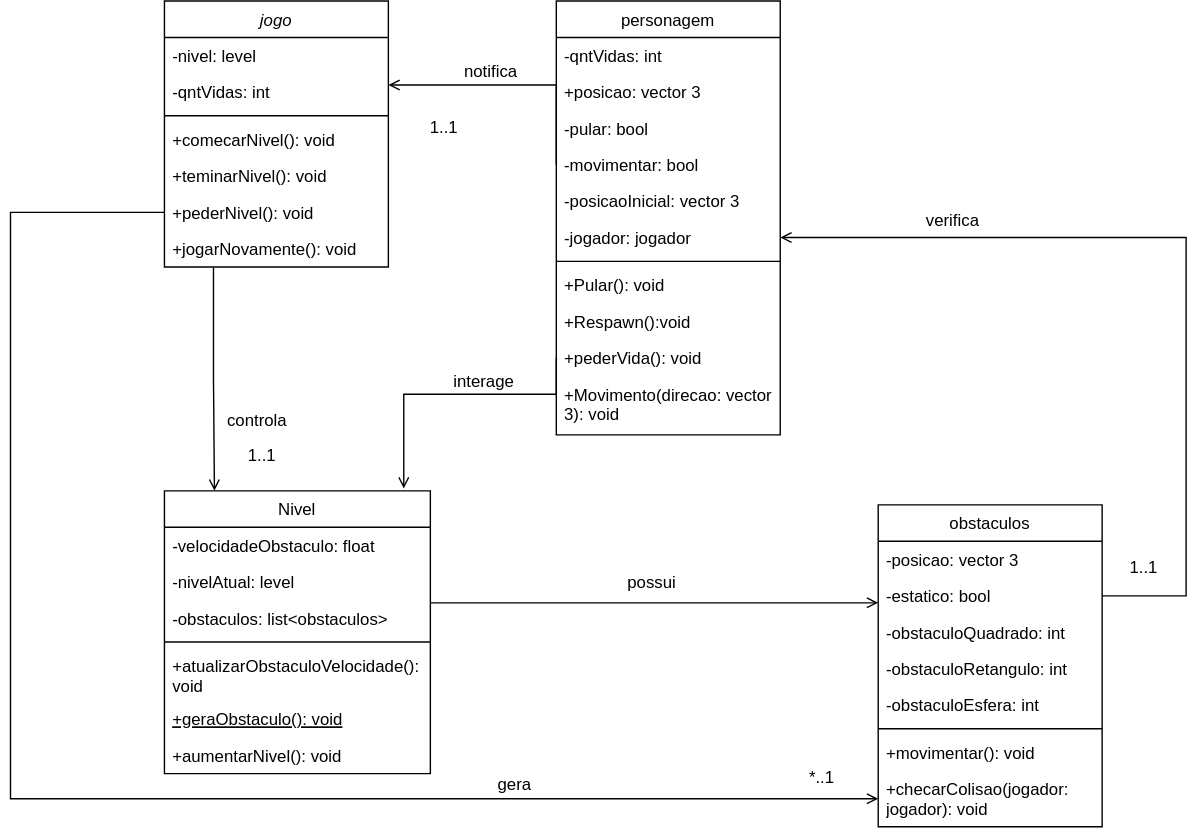
This is Diagramas/Diagrama de Classe Unity.drawio.svg from KalCastro/Game_Deep, a draw.io export, as it was before one commit. Source tidied: cells renumbered, new cells last; positions are measured from the earlier drawing's top-left corner, leaving out a move shared by most shapes. The source it was exported from:
```xml
<mxGraphModel>
  <root>
    <mxCell id="0" />
    <mxCell id="1" parent="0" />
    <mxCell id="2" value="jogo" style="swimlane;fontStyle=2;align=center;verticalAlign=top;horizontal=1;startSize=26;rounded=0;shadow=0;strokeWidth=1;" parent="1" vertex="1">
      <mxGeometry x="110" y="49" width="160" height="190" as="geometry" />
    </mxCell>
    <mxCell id="3" value="-nivel: level" style="text;align=left;verticalAlign=top;spacingLeft=4;spacingRight=4;overflow=hidden;" parent="2" vertex="1">
      <mxGeometry y="26" width="160" height="26" as="geometry" />
    </mxCell>
    <mxCell id="4" value="-qntVidas: int" style="text;align=left;verticalAlign=top;spacingLeft=4;spacingRight=4;overflow=hidden;rounded=0;shadow=0;html=0;" parent="2" vertex="1">
      <mxGeometry y="52" width="160" height="26" as="geometry" />
    </mxCell>
    <mxCell id="5" style="line;html=1;strokeWidth=1;align=left;verticalAlign=middle;spacingTop=-1;spacingLeft=3;spacingRight=3;labelPosition=right;" parent="2" vertex="1">
      <mxGeometry y="78" width="160" height="8" as="geometry" />
    </mxCell>
    <mxCell id="6" value="+comecarNivel(): void" style="text;align=left;verticalAlign=top;spacingLeft=4;spacingRight=4;overflow=hidden;" parent="2" vertex="1">
      <mxGeometry y="86" width="160" height="26" as="geometry" />
    </mxCell>
    <mxCell id="7" value="+teminarNivel(): void" style="text;align=left;verticalAlign=top;spacingLeft=4;spacingRight=4;overflow=hidden;rounded=0;shadow=0;html=0;" parent="2" vertex="1">
      <mxGeometry y="112" width="160" height="26" as="geometry" />
    </mxCell>
    <mxCell id="8" value="+pederNivel(): void" style="text;align=left;verticalAlign=top;spacingLeft=4;spacingRight=4;overflow=hidden;points=[[0,0.5],[1,0.5]];portConstraint=eastwest;rounded=0;shadow=0;html=0;" parent="2" vertex="1">
      <mxGeometry y="138" width="160" height="26" as="geometry" />
    </mxCell>
    <mxCell id="9" value="+jogarNovamente(): void" style="text;align=left;verticalAlign=top;spacingLeft=4;spacingRight=4;overflow=hidden;points=[[0,0.5],[1,0.5]];portConstraint=eastwest;rounded=0;shadow=0;html=0;" parent="2" vertex="1">
      <mxGeometry y="164" width="160" height="26" as="geometry" />
    </mxCell>
    <mxCell id="10" value="Nivel" style="swimlane;fontStyle=0;align=center;verticalAlign=top;horizontal=1;startSize=26;rounded=0;shadow=0;strokeWidth=1;" parent="1" vertex="1">
      <mxGeometry x="110" y="399" width="190" height="202" as="geometry" />
    </mxCell>
    <mxCell id="11" value="-velocidadeObstaculo: float" style="text;align=left;verticalAlign=top;spacingLeft=4;spacingRight=4;overflow=hidden;rounded=0;shadow=0;html=0;" parent="10" vertex="1">
      <mxGeometry y="26" width="190" height="26" as="geometry" />
    </mxCell>
    <mxCell id="12" value="-nivelAtual: level" style="text;align=left;verticalAlign=top;spacingLeft=4;spacingRight=4;overflow=hidden;rounded=0;shadow=0;html=0;" parent="10" vertex="1">
      <mxGeometry y="52" width="190" height="26" as="geometry" />
    </mxCell>
    <mxCell id="13" value="-obstaculos: list&lt;obstaculos&gt;" style="text;align=left;verticalAlign=top;spacingLeft=4;spacingRight=4;overflow=hidden;points=[[0,0.5],[1,0.5]];portConstraint=eastwest;rounded=0;shadow=0;html=0;" parent="10" vertex="1">
      <mxGeometry y="78" width="190" height="26" as="geometry" />
    </mxCell>
    <mxCell id="14" style="line;html=1;strokeWidth=1;align=left;verticalAlign=middle;spacingTop=-1;spacingLeft=3;spacingRight=3;labelPosition=right;" parent="10" vertex="1">
      <mxGeometry y="104" width="190" height="8" as="geometry" />
    </mxCell>
    <mxCell id="15" value="+atualizarObstaculoVelocidade(): void" style="text;align=left;verticalAlign=top;spacingLeft=4;spacingRight=4;overflow=hidden;whiteSpace=wrap;" parent="10" vertex="1">
      <mxGeometry y="112" width="190" height="38" as="geometry" />
    </mxCell>
    <mxCell id="16" value="+geraObstaculo(): void" style="text;align=left;verticalAlign=top;spacingLeft=4;spacingRight=4;overflow=hidden;fontStyle=4;" parent="10" vertex="1">
      <mxGeometry y="150" width="190" height="26" as="geometry" />
    </mxCell>
    <mxCell id="17" value="+aumentarNivel(): void" style="text;align=left;verticalAlign=top;spacingLeft=4;spacingRight=4;overflow=hidden;" parent="10" vertex="1">
      <mxGeometry y="176" width="190" height="26" as="geometry" />
    </mxCell>
    <mxCell id="18" value="personagem" style="swimlane;fontStyle=0;align=center;verticalAlign=top;horizontal=1;startSize=26;rounded=0;shadow=0;strokeWidth=1;" parent="1" vertex="1">
      <mxGeometry x="390" y="49" width="160" height="310" as="geometry" />
    </mxCell>
    <mxCell id="19" value="-qntVidas: int" style="text;align=left;verticalAlign=top;spacingLeft=4;spacingRight=4;overflow=hidden;rounded=0;shadow=0;html=0;" parent="18" vertex="1">
      <mxGeometry y="26" width="160" height="26" as="geometry" />
    </mxCell>
    <mxCell id="20" value="+posicao: vector 3" style="text;align=left;verticalAlign=top;spacingLeft=4;spacingRight=4;overflow=hidden;" parent="18" vertex="1">
      <mxGeometry y="52" width="160" height="26" as="geometry" />
    </mxCell>
    <mxCell id="21" value="-pular: bool" style="text;align=left;verticalAlign=top;spacingLeft=4;spacingRight=4;overflow=hidden;rounded=0;shadow=0;html=0;" parent="18" vertex="1">
      <mxGeometry y="78" width="160" height="26" as="geometry" />
    </mxCell>
    <mxCell id="22" value="-movimentar: bool" style="text;align=left;verticalAlign=top;spacingLeft=4;spacingRight=4;overflow=hidden;points=[[0,0.5],[1,0.5]];portConstraint=eastwest;rounded=0;shadow=0;html=0;" parent="18" vertex="1">
      <mxGeometry y="104" width="160" height="26" as="geometry" />
    </mxCell>
    <mxCell id="23" value="-posicaoInicial: vector 3" style="text;align=left;verticalAlign=top;spacingLeft=4;spacingRight=4;overflow=hidden;" parent="18" vertex="1">
      <mxGeometry y="130" width="160" height="26" as="geometry" />
    </mxCell>
    <mxCell id="24" value="-jogador: jogador" style="text;align=left;verticalAlign=top;spacingLeft=4;spacingRight=4;overflow=hidden;points=[[0,0.5],[1,0.5]];portConstraint=eastwest;rounded=0;shadow=0;html=0;" parent="18" vertex="1">
      <mxGeometry y="156" width="160" height="26" as="geometry" />
    </mxCell>
    <mxCell id="25" style="line;html=1;strokeWidth=1;align=left;verticalAlign=middle;spacingTop=-1;spacingLeft=3;spacingRight=3;labelPosition=right;" parent="18" vertex="1">
      <mxGeometry y="182" width="160" height="8" as="geometry" />
    </mxCell>
    <mxCell id="26" value="+Pular(): void" style="text;align=left;verticalAlign=top;spacingLeft=4;spacingRight=4;overflow=hidden;rounded=0;shadow=0;html=0;" parent="18" vertex="1">
      <mxGeometry y="190" width="160" height="26" as="geometry" />
    </mxCell>
    <mxCell id="27" value="+Respawn():void" style="text;align=left;verticalAlign=top;spacingLeft=4;spacingRight=4;overflow=hidden;rounded=0;shadow=0;html=0;" parent="18" vertex="1">
      <mxGeometry y="216" width="160" height="26" as="geometry" />
    </mxCell>
    <mxCell id="28" value="+pederVida(): void" style="text;align=left;verticalAlign=top;spacingLeft=4;spacingRight=4;overflow=hidden;points=[[0,0.5],[1,0.5]];portConstraint=eastwest;rounded=0;shadow=0;html=0;" parent="18" vertex="1">
      <mxGeometry y="242" width="160" height="26" as="geometry" />
    </mxCell>
    <mxCell id="29" value="+Movimento(direcao: vector 3): void" style="text;align=left;verticalAlign=top;spacingLeft=4;spacingRight=4;overflow=hidden;strokeWidth=0;html=1;whiteSpace=wrap;" parent="18" vertex="1">
      <mxGeometry y="268" width="160" height="42" as="geometry" />
    </mxCell>
    <mxCell id="30" style="endArrow=open;shadow=0;strokeWidth=1;rounded=0;endFill=1;edgeStyle=elbowEdgeStyle;elbow=vertical;exitX=0;exitY=0.5;exitDx=0;exitDy=0;" parent="1" edge="1" source="22">
      <mxGeometry x="0.5" y="41" relative="1" as="geometry">
        <mxPoint x="270" y="109" as="targetPoint" />
        <Array as="points">
          <mxPoint x="310" y="109" />
        </Array>
        <mxPoint x="-40" y="32" as="offset" />
      </mxGeometry>
    </mxCell>
    <mxCell id="31" value="notifica" style="text;html=1;align=center;verticalAlign=middle;labelBackgroundColor=none;rounded=0;shadow=0;strokeWidth=1;fontSize=12;" parent="30" vertex="1">
      <mxGeometry x="0.5" y="49" relative="1" as="geometry">
        <mxPoint x="28" y="-59" as="offset" />
      </mxGeometry>
    </mxCell>
    <mxCell id="32" value="obstaculos" style="swimlane;fontStyle=0;align=center;verticalAlign=top;horizontal=1;startSize=26;rounded=0;shadow=0;strokeWidth=1;" parent="1" vertex="1">
      <mxGeometry x="620" y="409" width="160" height="230" as="geometry" />
    </mxCell>
    <mxCell id="33" value="-posicao: vector 3" style="text;align=left;verticalAlign=top;spacingLeft=4;spacingRight=4;overflow=hidden;" parent="32" vertex="1">
      <mxGeometry y="26" width="160" height="26" as="geometry" />
    </mxCell>
    <mxCell id="34" value="-estatico: bool" style="text;align=left;verticalAlign=top;spacingLeft=4;spacingRight=4;overflow=hidden;points=[[0,0.5],[1,0.5]];portConstraint=eastwest;rounded=0;shadow=0;html=0;" parent="32" vertex="1">
      <mxGeometry y="52" width="160" height="26" as="geometry" />
    </mxCell>
    <mxCell id="35" value="-obstaculoQuadrado: int" style="text;align=left;verticalAlign=top;spacingLeft=4;spacingRight=4;overflow=hidden;rounded=0;shadow=0;html=0;" parent="32" vertex="1">
      <mxGeometry y="78" width="160" height="26" as="geometry" />
    </mxCell>
    <mxCell id="36" value="-obstaculoRetangulo: int" style="text;align=left;verticalAlign=top;spacingLeft=4;spacingRight=4;overflow=hidden;rounded=0;shadow=0;html=0;" parent="32" vertex="1">
      <mxGeometry y="104" width="160" height="26" as="geometry" />
    </mxCell>
    <mxCell id="37" value="-obstaculoEsfera: int" style="text;align=left;verticalAlign=top;spacingLeft=4;spacingRight=4;overflow=hidden;" parent="32" vertex="1">
      <mxGeometry y="130" width="160" height="26" as="geometry" />
    </mxCell>
    <mxCell id="38" style="line;html=1;strokeWidth=1;align=left;verticalAlign=middle;spacingTop=-1;spacingLeft=3;spacingRight=3;labelPosition=right;" parent="32" vertex="1">
      <mxGeometry y="156" width="160" height="8" as="geometry" />
    </mxCell>
    <mxCell id="39" value="+movimentar(): void" style="text;align=left;verticalAlign=top;spacingLeft=4;spacingRight=4;overflow=hidden;" parent="32" vertex="1">
      <mxGeometry y="164" width="160" height="26" as="geometry" />
    </mxCell>
    <mxCell id="40" value="+checarColisao(jogador: jogador): void" style="text;align=left;verticalAlign=top;spacingLeft=4;spacingRight=4;overflow=hidden;points=[[0,0.5],[1,0.5]];portConstraint=eastwest;rounded=0;shadow=0;html=0;whiteSpace=wrap;" parent="32" vertex="1">
      <mxGeometry y="190" width="160" height="40" as="geometry" />
    </mxCell>
    <mxCell id="41" style="endArrow=open;shadow=0;strokeWidth=1;rounded=0;endFill=1;edgeStyle=elbowEdgeStyle;elbow=vertical;entryX=0.188;entryY=0;entryDx=0;entryDy=0;entryPerimeter=0;exitX=0.219;exitY=1.016;exitDx=0;exitDy=0;exitPerimeter=0;" parent="1" edge="1" source="9" target="10">
      <mxGeometry x="0.5" y="41" relative="1" as="geometry">
        <mxPoint x="-40" y="32" as="offset" />
      </mxGeometry>
    </mxCell>
    <mxCell id="42" value="controla" style="text;html=1;align=center;verticalAlign=middle;labelBackgroundColor=none;rounded=0;shadow=0;strokeWidth=1;fontSize=12;" parent="41" vertex="1">
      <mxGeometry x="0.5" y="49" relative="1" as="geometry">
        <mxPoint x="-19" y="-10" as="offset" />
      </mxGeometry>
    </mxCell>
    <mxCell id="43" style="endArrow=open;shadow=0;strokeWidth=1;rounded=0;endFill=1;edgeStyle=elbowEdgeStyle;elbow=vertical;exitX=0;exitY=0.5;exitDx=0;exitDy=0;exitPerimeter=0;entryX=0.9;entryY=-0.008;entryDx=0;entryDy=0;entryPerimeter=0;" parent="1" edge="1" source="28" target="10">
      <mxGeometry x="0.5" y="41" relative="1" as="geometry">
        <Array as="points">
          <mxPoint x="340" y="330" />
          <mxPoint x="239.9" />
        </Array>
        <mxPoint x="-40" y="32" as="offset" />
      </mxGeometry>
    </mxCell>
    <mxCell id="44" value="interage" style="text;html=1;align=center;verticalAlign=middle;labelBackgroundColor=none;rounded=0;shadow=0;strokeWidth=1;fontSize=12;" parent="43" vertex="1">
      <mxGeometry x="0.5" y="49" relative="1" as="geometry">
        <mxPoint x="7" y="-27" as="offset" />
      </mxGeometry>
    </mxCell>
    <mxCell id="45" style="endArrow=open;shadow=0;strokeWidth=1;rounded=0;endFill=1;edgeStyle=elbowEdgeStyle;elbow=vertical;exitX=1;exitY=0.5;exitDx=0;exitDy=0;entryX=1;entryY=0.5;entryDx=0;entryDy=0;" parent="1" edge="1" source="34" target="24">
      <mxGeometry x="0.5" y="41" relative="1" as="geometry">
        <Array as="points">
          <mxPoint x="840" y="479" />
          <mxPoint x="900" y="482" />
        </Array>
        <mxPoint x="-40" y="32" as="offset" />
      </mxGeometry>
    </mxCell>
    <mxCell id="46" value="verifica" style="text;html=1;align=center;verticalAlign=middle;labelBackgroundColor=none;rounded=0;shadow=0;strokeWidth=1;fontSize=12;" parent="45" vertex="1">
      <mxGeometry x="0.5" y="49" relative="1" as="geometry">
        <mxPoint x="-29" y="-62" as="offset" />
      </mxGeometry>
    </mxCell>
    <mxCell id="47" style="endArrow=open;shadow=0;strokeWidth=1;rounded=0;endFill=1;edgeStyle=elbowEdgeStyle;elbow=vertical;exitX=0;exitY=0.5;exitDx=0;exitDy=0;entryX=0;entryY=0.5;entryDx=0;entryDy=0;" parent="1" edge="1" source="8" target="40">
      <mxGeometry x="0.5" y="41" relative="1" as="geometry">
        <Array as="points">
          <mxPoint y="199" />
          <mxPoint x="50" y="235" />
        </Array>
        <mxPoint x="-40" y="32" as="offset" />
      </mxGeometry>
    </mxCell>
    <mxCell id="48" value="gera" style="text;html=1;align=center;verticalAlign=middle;labelBackgroundColor=none;rounded=0;shadow=0;strokeWidth=1;fontSize=12;rotation=0;" parent="47" vertex="1">
      <mxGeometry x="0.5" y="49" relative="1" as="geometry">
        <mxPoint x="26" y="38" as="offset" />
      </mxGeometry>
    </mxCell>
    <mxCell id="49" style="endArrow=open;shadow=0;strokeWidth=1;rounded=0;endFill=1;edgeStyle=elbowEdgeStyle;elbow=vertical;exitX=1;exitY=0.077;exitDx=0;exitDy=0;exitPerimeter=0;entryX=0;entryY=0.692;entryDx=0;entryDy=0;entryPerimeter=0;" parent="1" edge="1" source="13" target="34">
      <mxGeometry x="0.5" y="41" relative="1" as="geometry">
        <Array as="points">
          <mxPoint x="450" y="479" />
        </Array>
        <mxPoint x="-40" y="32" as="offset" />
      </mxGeometry>
    </mxCell>
    <mxCell id="50" value="possui" style="text;html=1;align=center;verticalAlign=middle;labelBackgroundColor=none;rounded=0;shadow=0;strokeWidth=1;fontSize=12;" parent="49" vertex="1">
      <mxGeometry x="0.5" y="49" relative="1" as="geometry">
        <mxPoint x="-82" y="34" as="offset" />
      </mxGeometry>
    </mxCell>
    <mxCell id="51" value="1..1" style="text;html=1;strokeColor=none;fillColor=none;align=center;verticalAlign=middle;whiteSpace=wrap;rounded=0;" parent="1" vertex="1">
      <mxGeometry x="280" y="125" width="60" height="30" as="geometry" />
    </mxCell>
    <mxCell id="52" value="1..1" style="text;html=1;strokeColor=none;fillColor=none;align=center;verticalAlign=middle;whiteSpace=wrap;rounded=0;" parent="1" vertex="1">
      <mxGeometry x="150" y="359" width="60" height="30" as="geometry" />
    </mxCell>
    <mxCell id="53" value="1..1" style="text;html=1;strokeColor=none;fillColor=none;align=center;verticalAlign=middle;whiteSpace=wrap;rounded=0;" parent="1" vertex="1">
      <mxGeometry x="780" y="439" width="60" height="30" as="geometry" />
    </mxCell>
    <mxCell id="54" value="*..1" style="text;html=1;strokeColor=none;fillColor=none;align=center;verticalAlign=middle;whiteSpace=wrap;rounded=0;" parent="1" vertex="1">
      <mxGeometry x="550" y="589" width="60" height="30" as="geometry" />
    </mxCell>
  </root>
</mxGraphModel>
```
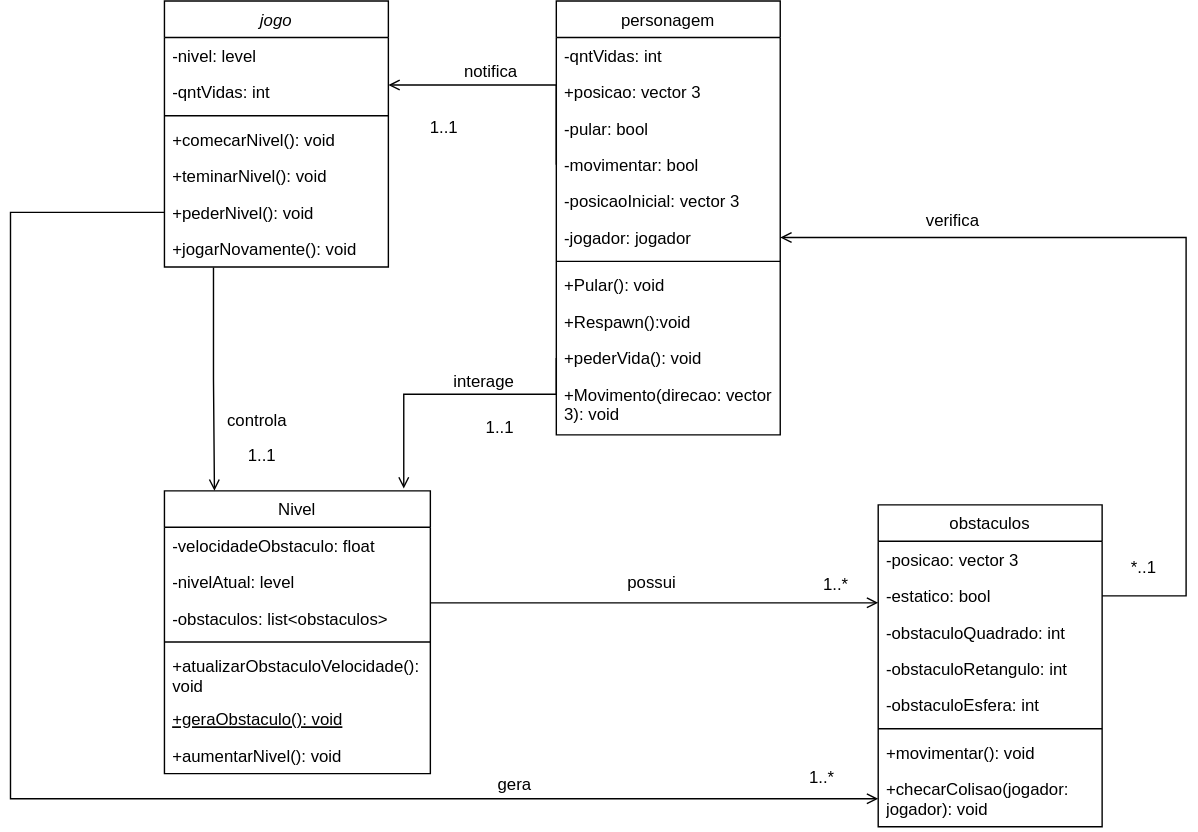
Above is the later version.

Diff of the diagram source:
```diff
@@ -198,11 +198,17 @@
     <mxCell id="52" value="1..1" style="text;html=1;strokeColor=none;fillColor=none;align=center;verticalAlign=middle;whiteSpace=wrap;rounded=0;" parent="1" vertex="1">
       <mxGeometry x="150" y="359" width="60" height="30" as="geometry" />
     </mxCell>
-    <mxCell id="53" value="1..1" style="text;html=1;strokeColor=none;fillColor=none;align=center;verticalAlign=middle;whiteSpace=wrap;rounded=0;" parent="1" vertex="1">
+    <mxCell id="53" value="*..1" style="text;html=1;strokeColor=none;fillColor=none;align=center;verticalAlign=middle;whiteSpace=wrap;rounded=0;" parent="1" vertex="1">
       <mxGeometry x="780" y="439" width="60" height="30" as="geometry" />
     </mxCell>
-    <mxCell id="54" value="*..1" style="text;html=1;strokeColor=none;fillColor=none;align=center;verticalAlign=middle;whiteSpace=wrap;rounded=0;" parent="1" vertex="1">
+    <mxCell id="54" value="1..*" style="text;html=1;strokeColor=none;fillColor=none;align=center;verticalAlign=middle;whiteSpace=wrap;rounded=0;" parent="1" vertex="1">
       <mxGeometry x="550" y="589" width="60" height="30" as="geometry" />
     </mxCell>
+    <mxCell id="55" value="1..1" style="text;html=1;strokeColor=none;fillColor=none;align=center;verticalAlign=middle;whiteSpace=wrap;rounded=0;" parent="1" vertex="1">
+      <mxGeometry x="320" y="339" width="60" height="30" as="geometry" />
+    </mxCell>
+    <mxCell id="56" value="1..*" style="text;html=1;strokeColor=none;fillColor=none;align=center;verticalAlign=middle;whiteSpace=wrap;rounded=0;" parent="1" vertex="1">
+      <mxGeometry x="560" y="451" width="60" height="30" as="geometry" />
+    </mxCell>
   </root>
 </mxGraphModel>
```
